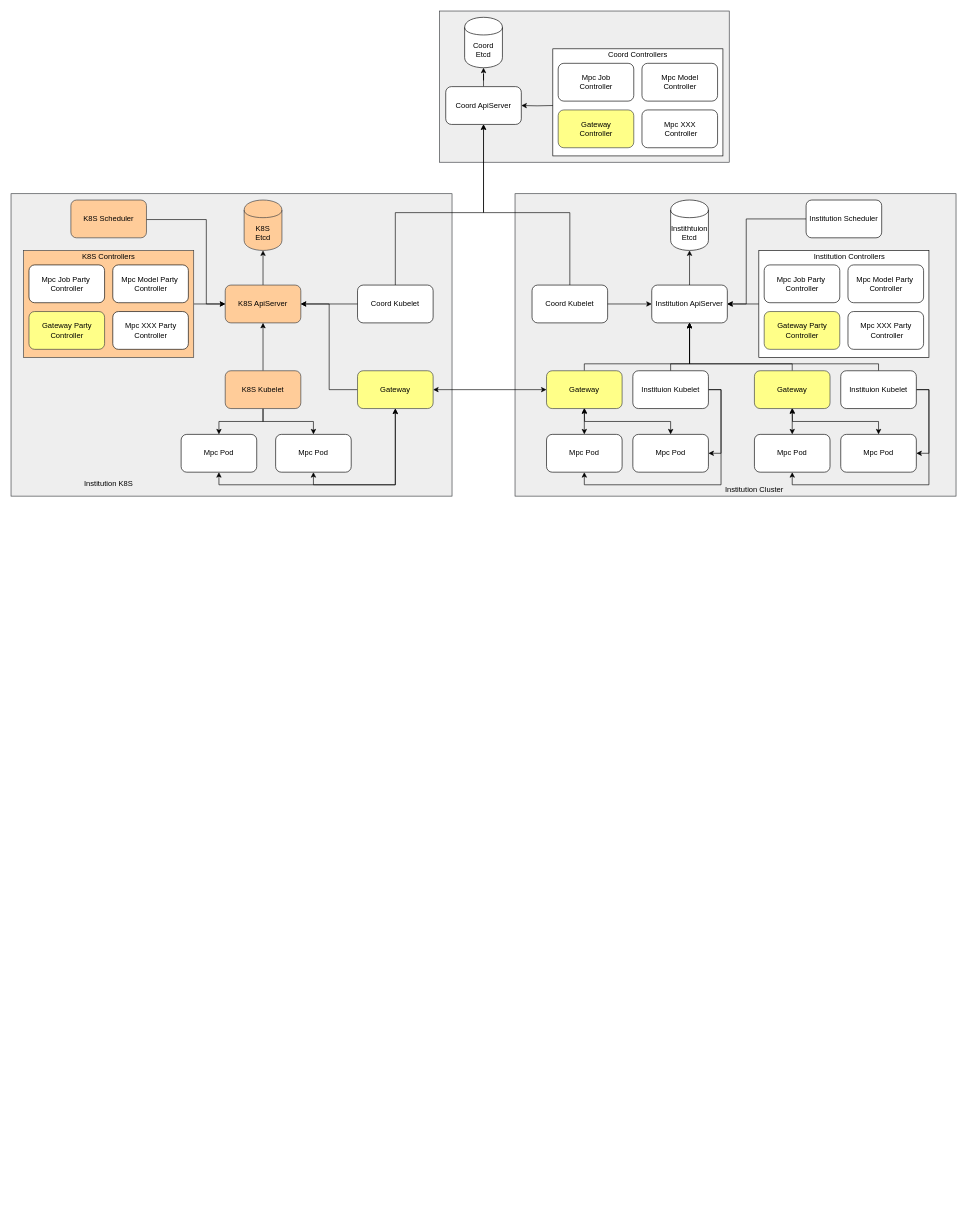
Earlier version of the draw.io diagram page "第 5 页" (6 of 6) of 未命名绘图.drawio (chlq1128/Mycode). Source tidied: cells renumbered, new cells numbered last; positions are measured from the earlier drawing's top-left corner, leaving out a move shared by most shapes. Both pictures are drawn from the tidied source at 63%, with x=0, y=0 at pixel (11, 11).
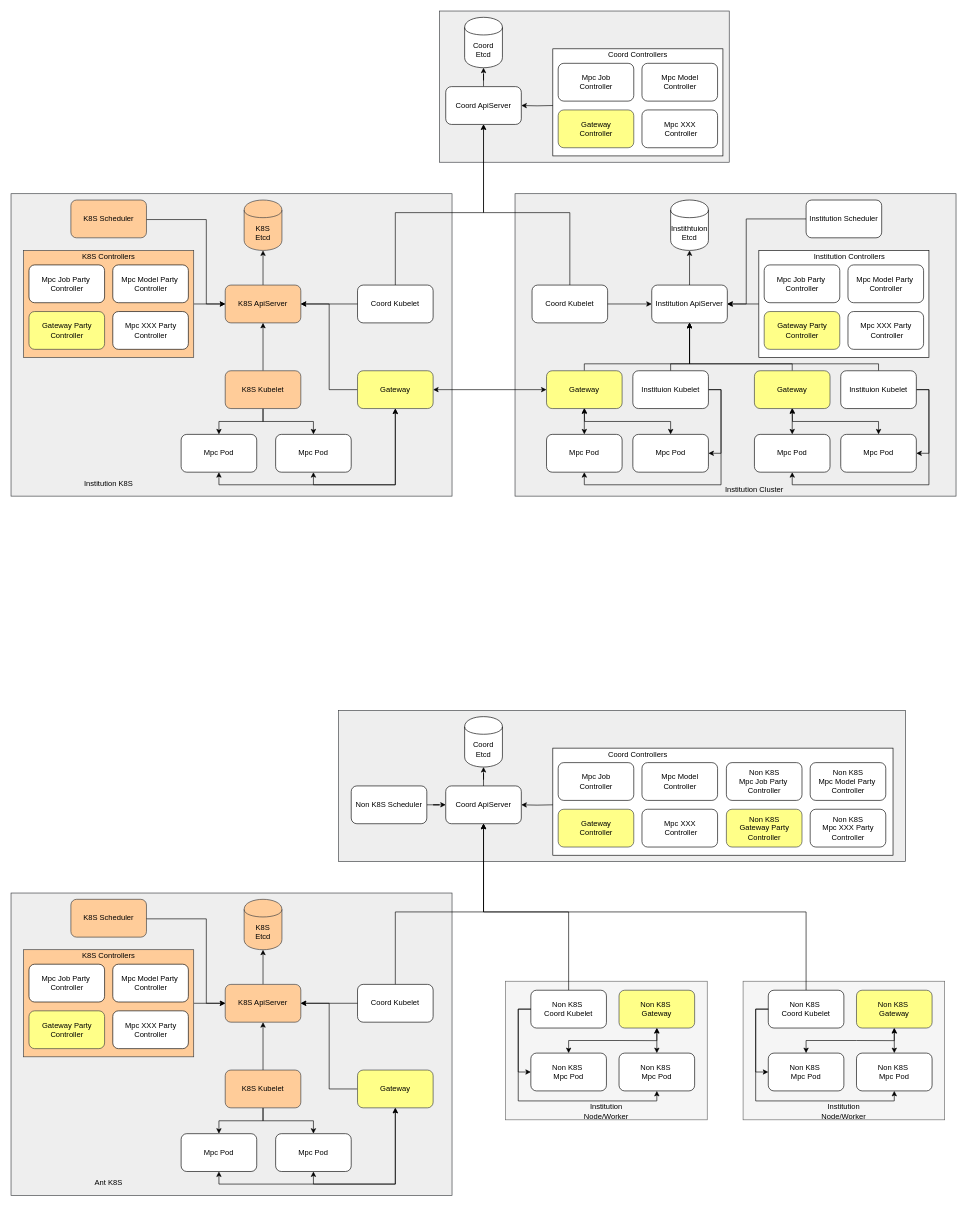
Above is the later version.

Diff of the diagram source:
```diff
@@
+    <mxCell id="78" style="rounded=0;whiteSpace=wrap;html=1;fillColor=#eeeeee;strokeColor=#36393d;" parent="1" vertex="1">
+      <mxGeometry y="1400" width="700" height="480" as="geometry" />
+    </mxCell>
+    <mxCell id="79" style="rounded=0;whiteSpace=wrap;html=1;fillColor=#eeeeee;strokeColor=#36393d;" parent="1" vertex="1">
+      <mxGeometry x="520" y="1110" width="900" height="240" as="geometry" />
+    </mxCell>
+    <mxCell id="80" style="rounded=0;whiteSpace=wrap;html=1;" parent="1" vertex="1">
+      <mxGeometry x="860" y="1170" width="540" height="170" as="geometry" />
+    </mxCell>
+    <mxCell id="81" style="edgeStyle=orthogonalEdgeStyle;rounded=0;jettySize=auto;html=1;" parent="1" edge="1" source="82" target="83">
+      <mxGeometry relative="1" as="geometry" />
+    </mxCell>
+    <mxCell id="82" value="Coord ApiServer" style="rounded=1;whiteSpace=wrap;html=1;" parent="1" vertex="1">
+      <mxGeometry x="690" y="1230" width="120" height="60" as="geometry" />
+    </mxCell>
+    <mxCell id="83" value="Coord&lt;br&gt;Etcd" style="shape=cylinder;whiteSpace=wrap;html=1;boundedLbl=1;backgroundOutline=1;" parent="1" vertex="1">
+      <mxGeometry x="720" y="1120" width="60" height="80" as="geometry" />
+    </mxCell>
+    <mxCell id="84" style="edgeStyle=orthogonalEdgeStyle;rounded=0;jettySize=auto;html=1;" parent="1" edge="1" target="82">
+      <mxGeometry relative="1" as="geometry">
+        <mxPoint x="860" y="1260" as="sourcePoint" />
+      </mxGeometry>
+    </mxCell>
+    <mxCell id="85" value="Mpc Job &lt;br&gt;Controller" style="rounded=1;whiteSpace=wrap;html=1;" parent="1" vertex="1">
+      <mxGeometry x="868.5" y="1193" width="120" height="60" as="geometry" />
+    </mxCell>
+    <mxCell id="86" value="Mpc Model &lt;br&gt;Controller" style="rounded=1;whiteSpace=wrap;html=1;" parent="1" vertex="1">
+      <mxGeometry x="1001.5" y="1193" width="120" height="60" as="geometry" />
+    </mxCell>
+    <mxCell id="87" value="Gateway &lt;br&gt;Controller" style="rounded=1;whiteSpace=wrap;html=1;fillColor=#ffff88;strokeColor=#36393d;" parent="1" vertex="1">
+      <mxGeometry x="868.5" y="1267" width="120" height="60" as="geometry" />
+    </mxCell>
+    <mxCell id="88" value="Mpc XXX&lt;br&gt;&amp;nbsp;Controller" style="rounded=1;whiteSpace=wrap;html=1;" parent="1" vertex="1">
+      <mxGeometry x="1001.5" y="1267" width="120" height="60" as="geometry" />
+    </mxCell>
+    <mxCell id="89" value="Coord Controllers" style="text;html=1;strokeColor=none;fillColor=none;align=center;verticalAlign=middle;whiteSpace=wrap;rounded=0;" parent="1" vertex="1">
+      <mxGeometry x="945" y="1170" width="100" height="20" as="geometry" />
+    </mxCell>
+    <mxCell id="90" style="edgeStyle=orthogonalEdgeStyle;rounded=0;jettySize=auto;html=1;exitX=0.5;exitY=0;exitDx=0;exitDy=0;entryX=0.5;entryY=1;entryDx=0;entryDy=0;startArrow=none;startFill=0;" parent="1" edge="1" source="91" target="82">
+      <mxGeometry relative="1" as="geometry">
+        <Array as="points">
+          <mxPoint x="610" y="1430" />
+          <mxPoint x="750" y="1430" />
+        </Array>
+      </mxGeometry>
+    </mxCell>
+    <mxCell id="91" value="Coord Kubelet" style="rounded=1;whiteSpace=wrap;html=1;" parent="1" vertex="1">
+      <mxGeometry x="550" y="1545" width="120" height="60" as="geometry" />
+    </mxCell>
+    <mxCell id="92" style="edgeStyle=orthogonalEdgeStyle;rounded=0;jettySize=auto;html=1;startArrow=none;startFill=0;" parent="1" edge="1" source="93" target="104">
+      <mxGeometry relative="1" as="geometry" />
+    </mxCell>
+    <mxCell id="93" value="K8S ApiServer" style="rounded=1;whiteSpace=wrap;html=1;fillColor=#ffcc99;strokeColor=#36393d;" parent="1" vertex="1">
+      <mxGeometry x="340" y="1545" width="120" height="60" as="geometry" />
+    </mxCell>
+    <mxCell id="94" style="edgeStyle=orthogonalEdgeStyle;rounded=0;jettySize=auto;html=1;startArrow=none;startFill=0;" parent="1" edge="1" source="91" target="93">
+      <mxGeometry relative="1" as="geometry" />
+    </mxCell>
+    <mxCell id="95" style="edgeStyle=orthogonalEdgeStyle;rounded=0;jettySize=auto;html=1;startArrow=none;startFill=0;" parent="1" edge="1" source="96" target="93">
+      <mxGeometry relative="1" as="geometry" />
+    </mxCell>
+    <mxCell id="96" style="rounded=0;whiteSpace=wrap;html=1;fillColor=#ffcc99;strokeColor=#36393d;" parent="1" vertex="1">
+      <mxGeometry x="20" y="1490" width="270" height="170" as="geometry" />
+    </mxCell>
+    <mxCell id="97" value="Mpc Job Party&amp;nbsp;&lt;br&gt;Controller" style="rounded=1;whiteSpace=wrap;html=1;" parent="1" vertex="1">
+      <mxGeometry x="28.5" y="1513" width="120" height="60" as="geometry" />
+    </mxCell>
+    <mxCell id="98" value="Mpc Model Party&amp;nbsp;&lt;br&gt;Controller" style="rounded=1;whiteSpace=wrap;html=1;" parent="1" vertex="1">
+      <mxGeometry x="161.5" y="1513" width="120" height="60" as="geometry" />
+    </mxCell>
+    <mxCell id="99" value="Gateway Party Controller" style="rounded=1;whiteSpace=wrap;html=1;fillColor=#ffff88;strokeColor=#36393d;" parent="1" vertex="1">
+      <mxGeometry x="28.5" y="1587" width="120" height="60" as="geometry" />
+    </mxCell>
+    <mxCell id="100" value="Mpc XXX Party&lt;br&gt;Controller" style="rounded=1;whiteSpace=wrap;html=1;" parent="1" vertex="1">
+      <mxGeometry x="161.5" y="1587" width="120" height="60" as="geometry" />
+    </mxCell>
+    <mxCell id="101" value="K8S Controllers" style="text;html=1;strokeColor=none;fillColor=none;align=center;verticalAlign=middle;whiteSpace=wrap;rounded=0;" parent="1" vertex="1">
+      <mxGeometry x="105" y="1490" width="100" height="20" as="geometry" />
+    </mxCell>
+    <mxCell id="102" style="edgeStyle=orthogonalEdgeStyle;rounded=0;jettySize=auto;html=1;exitX=1;exitY=0.5;exitDx=0;exitDy=0;startArrow=none;startFill=0;" parent="1" edge="1" source="103" target="93">
+      <mxGeometry relative="1" as="geometry">
+        <Array as="points">
+          <mxPoint x="310" y="1441" />
+          <mxPoint x="310" y="1575" />
+        </Array>
+      </mxGeometry>
+    </mxCell>
+    <mxCell id="103" value="K8S Scheduler" style="rounded=1;whiteSpace=wrap;html=1;fillColor=#ffcc99;strokeColor=#36393d;" parent="1" vertex="1">
+      <mxGeometry x="95" y="1410" width="120" height="60" as="geometry" />
+    </mxCell>
+    <mxCell id="104" value="K8S&lt;br&gt;Etcd" style="shape=cylinder;whiteSpace=wrap;html=1;boundedLbl=1;backgroundOutline=1;fillColor=#ffcc99;strokeColor=#36393d;" parent="1" vertex="1">
+      <mxGeometry x="370" y="1410" width="60" height="80" as="geometry" />
+    </mxCell>
+    <mxCell id="105" style="edgeStyle=orthogonalEdgeStyle;rounded=0;jettySize=auto;html=1;startArrow=none;startFill=0;" parent="1" edge="1" source="108" target="93">
+      <mxGeometry relative="1" as="geometry" />
+    </mxCell>
+    <mxCell id="106" style="edgeStyle=orthogonalEdgeStyle;rounded=0;jettySize=auto;html=1;exitX=0.5;exitY=1;exitDx=0;exitDy=0;entryX=0.5;entryY=0;entryDx=0;entryDy=0;startArrow=none;startFill=0;" parent="1" edge="1" source="108" target="112">
+      <mxGeometry relative="1" as="geometry" />
+    </mxCell>
+    <mxCell id="107" style="edgeStyle=orthogonalEdgeStyle;rounded=0;jettySize=auto;html=1;exitX=0.5;exitY=1;exitDx=0;exitDy=0;entryX=0.5;entryY=0;entryDx=0;entryDy=0;startArrow=none;startFill=0;" parent="1" edge="1" source="108" target="110">
+      <mxGeometry relative="1" as="geometry" />
+    </mxCell>
+    <mxCell id="108" value="K8S Kubelet" style="rounded=1;whiteSpace=wrap;html=1;fillColor=#ffcc99;strokeColor=#36393d;" parent="1" vertex="1">
+      <mxGeometry x="340" y="1681" width="120" height="60" as="geometry" />
+    </mxCell>
+    <mxCell id="109" style="edgeStyle=orthogonalEdgeStyle;rounded=0;jettySize=auto;html=1;exitX=0.5;exitY=1;exitDx=0;exitDy=0;startArrow=classic;startFill=1;entryX=0.5;entryY=1;entryDx=0;entryDy=0;" parent="1" edge="1" source="110" target="114">
+      <mxGeometry relative="1" as="geometry" />
+    </mxCell>
+    <mxCell id="110" value="Mpc Pod" style="rounded=1;whiteSpace=wrap;html=1;" parent="1" vertex="1">
+      <mxGeometry x="270" y="1782" width="120" height="60" as="geometry" />
+    </mxCell>
+    <mxCell id="111" style="edgeStyle=orthogonalEdgeStyle;rounded=0;jettySize=auto;html=1;exitX=0.5;exitY=1;exitDx=0;exitDy=0;startArrow=classic;startFill=1;" parent="1" edge="1" source="112" target="114">
+      <mxGeometry relative="1" as="geometry" />
+    </mxCell>
+    <mxCell id="112" value="Mpc Pod" style="rounded=1;whiteSpace=wrap;html=1;" parent="1" vertex="1">
+      <mxGeometry x="420" y="1782" width="120" height="60" as="geometry" />
+    </mxCell>
+    <mxCell id="113" style="edgeStyle=orthogonalEdgeStyle;rounded=0;jettySize=auto;html=1;exitX=0;exitY=0.5;exitDx=0;exitDy=0;entryX=1;entryY=0.5;entryDx=0;entryDy=0;startArrow=none;startFill=0;" parent="1" edge="1" source="114" target="93">
+      <mxGeometry relative="1" as="geometry" />
+    </mxCell>
+    <mxCell id="114" value="Gateway" style="rounded=1;whiteSpace=wrap;html=1;fillColor=#ffff88;strokeColor=#36393d;" parent="1" vertex="1">
+      <mxGeometry x="550" y="1681" width="120" height="60" as="geometry" />
+    </mxCell>
+    <mxCell id="115" value="Ant K8S" style="text;html=1;strokeColor=none;fillColor=none;align=center;verticalAlign=middle;whiteSpace=wrap;rounded=0;" parent="1" vertex="1">
+      <mxGeometry x="80" y="1850" width="150" height="20" as="geometry" />
+    </mxCell>
+    <mxCell id="116" style="rounded=0;whiteSpace=wrap;html=1;fillColor=#f5f5f5;strokeColor=#666666;fontColor=#333333;" parent="1" vertex="1">
+      <mxGeometry x="785.1" y="1540" width="320" height="220" as="geometry" />
+    </mxCell>
+    <mxCell id="117" style="edgeStyle=orthogonalEdgeStyle;rounded=0;jettySize=auto;html=1;exitX=0.5;exitY=0;exitDx=0;exitDy=0;entryX=0.5;entryY=1;entryDx=0;entryDy=0;startArrow=none;startFill=0;" parent="1" edge="1" source="118" target="82">
+      <mxGeometry relative="1" as="geometry">
+        <Array as="points">
+          <mxPoint x="885" y="1430" />
+          <mxPoint x="750" y="1430" />
+        </Array>
+      </mxGeometry>
+    </mxCell>
+    <mxCell id="118" value="Non K8S&amp;nbsp;&lt;br&gt;Coord Kubelet" style="rounded=1;whiteSpace=wrap;html=1;" parent="1" vertex="1">
+      <mxGeometry x="825.1" y="1554.3" width="120" height="60" as="geometry" />
+    </mxCell>
+    <mxCell id="119" value="Non K8S&amp;nbsp;&lt;br&gt;Gateway" style="rounded=1;whiteSpace=wrap;html=1;fillColor=#ffff88;strokeColor=#36393d;" parent="1" vertex="1">
+      <mxGeometry x="965.1" y="1554.3" width="120" height="60" as="geometry" />
+    </mxCell>
+    <mxCell id="120" style="edgeStyle=orthogonalEdgeStyle;rounded=0;jettySize=auto;html=1;exitX=0.5;exitY=0;exitDx=0;exitDy=0;entryX=0.5;entryY=1;entryDx=0;entryDy=0;startArrow=classic;startFill=1;" parent="1" edge="1" source="121" target="119">
+      <mxGeometry relative="1" as="geometry" />
+    </mxCell>
+    <mxCell id="121" value="Non K8S&amp;nbsp;&lt;br&gt;Mpc Pod" style="rounded=1;whiteSpace=wrap;html=1;" parent="1" vertex="1">
+      <mxGeometry x="825.1" y="1654.1" width="120" height="60" as="geometry" />
+    </mxCell>
+    <mxCell id="122" style="edgeStyle=orthogonalEdgeStyle;rounded=0;jettySize=auto;html=1;exitX=0;exitY=0.5;exitDx=0;exitDy=0;entryX=0;entryY=0.5;entryDx=0;entryDy=0;" parent="1" edge="1" source="118" target="121">
+      <mxGeometry relative="1" as="geometry" />
+    </mxCell>
+    <mxCell id="123" style="edgeStyle=orthogonalEdgeStyle;rounded=0;jettySize=auto;html=1;exitX=0.5;exitY=0;exitDx=0;exitDy=0;entryX=0.5;entryY=1;entryDx=0;entryDy=0;startArrow=classic;startFill=1;" parent="1" edge="1" source="124" target="119">
+      <mxGeometry relative="1" as="geometry" />
+    </mxCell>
+    <mxCell id="124" value="Non K8S&amp;nbsp;&lt;br&gt;Mpc Pod" style="rounded=1;whiteSpace=wrap;html=1;" parent="1" vertex="1">
+      <mxGeometry x="965.1" y="1654.1" width="120" height="60" as="geometry" />
+    </mxCell>
+    <mxCell id="125" style="edgeStyle=orthogonalEdgeStyle;rounded=0;jettySize=auto;html=1;exitX=0;exitY=0.5;exitDx=0;exitDy=0;entryX=0.5;entryY=1;entryDx=0;entryDy=0;" parent="1" edge="1" source="118" target="124">
+      <mxGeometry relative="1" as="geometry">
+        <Array as="points">
+          <mxPoint x="805.1" y="1584" />
+          <mxPoint x="805.1" y="1730" />
+          <mxPoint x="1025.1" y="1730" />
+        </Array>
+      </mxGeometry>
+    </mxCell>
+    <mxCell id="126" value="Institution Node/Worker" style="text;html=1;strokeColor=none;fillColor=none;align=center;verticalAlign=middle;whiteSpace=wrap;rounded=0;" parent="1" vertex="1">
+      <mxGeometry x="885.1" y="1737" width="120" height="20" as="geometry" />
+    </mxCell>
+    <mxCell id="127" style="rounded=0;whiteSpace=wrap;html=1;fillColor=#f5f5f5;strokeColor=#666666;fontColor=#333333;" parent="1" vertex="1">
+      <mxGeometry x="1162" y="1540" width="320" height="220" as="geometry" />
+    </mxCell>
+    <mxCell id="128" style="edgeStyle=orthogonalEdgeStyle;rounded=0;jettySize=auto;html=1;exitX=0.5;exitY=0;exitDx=0;exitDy=0;entryX=0.5;entryY=1;entryDx=0;entryDy=0;startArrow=none;startFill=0;" parent="1" edge="1" source="129" target="82">
+      <mxGeometry relative="1" as="geometry">
+        <Array as="points">
+          <mxPoint x="1262" y="1430" />
+          <mxPoint x="750" y="1430" />
+        </Array>
+      </mxGeometry>
+    </mxCell>
+    <mxCell id="129" value="Non K8S&amp;nbsp;&lt;br&gt;Coord Kubelet" style="rounded=1;whiteSpace=wrap;html=1;" parent="1" vertex="1">
+      <mxGeometry x="1202" y="1554.3" width="120" height="60" as="geometry" />
+    </mxCell>
+    <mxCell id="130" value="Non K8S&amp;nbsp;&lt;br&gt;Gateway" style="rounded=1;whiteSpace=wrap;html=1;fillColor=#ffff88;strokeColor=#36393d;" parent="1" vertex="1">
+      <mxGeometry x="1342" y="1554.3" width="120" height="60" as="geometry" />
+    </mxCell>
+    <mxCell id="131" style="edgeStyle=orthogonalEdgeStyle;rounded=0;jettySize=auto;html=1;exitX=0.5;exitY=0;exitDx=0;exitDy=0;entryX=0.5;entryY=1;entryDx=0;entryDy=0;startArrow=classic;startFill=1;" parent="1" edge="1" source="132" target="130">
+      <mxGeometry relative="1" as="geometry" />
+    </mxCell>
+    <mxCell id="132" value="Non K8S&amp;nbsp;&lt;br&gt;Mpc Pod" style="rounded=1;whiteSpace=wrap;html=1;" parent="1" vertex="1">
+      <mxGeometry x="1202" y="1654.1" width="120" height="60" as="geometry" />
+    </mxCell>
+    <mxCell id="133" style="edgeStyle=orthogonalEdgeStyle;rounded=0;jettySize=auto;html=1;exitX=0;exitY=0.5;exitDx=0;exitDy=0;entryX=0;entryY=0.5;entryDx=0;entryDy=0;" parent="1" edge="1" source="129" target="132">
+      <mxGeometry relative="1" as="geometry" />
+    </mxCell>
+    <mxCell id="134" style="edgeStyle=orthogonalEdgeStyle;rounded=0;jettySize=auto;html=1;exitX=0.5;exitY=0;exitDx=0;exitDy=0;entryX=0.5;entryY=1;entryDx=0;entryDy=0;startArrow=classic;startFill=1;" parent="1" edge="1" source="135" target="130">
+      <mxGeometry relative="1" as="geometry" />
+    </mxCell>
+    <mxCell id="135" value="Non K8S&amp;nbsp;&lt;br&gt;Mpc Pod" style="rounded=1;whiteSpace=wrap;html=1;" parent="1" vertex="1">
+      <mxGeometry x="1342" y="1654.1" width="120" height="60" as="geometry" />
+    </mxCell>
+    <mxCell id="136" style="edgeStyle=orthogonalEdgeStyle;rounded=0;jettySize=auto;html=1;exitX=0;exitY=0.5;exitDx=0;exitDy=0;entryX=0.5;entryY=1;entryDx=0;entryDy=0;" parent="1" edge="1" source="129" target="135">
+      <mxGeometry relative="1" as="geometry">
+        <Array as="points">
+          <mxPoint x="1182" y="1584" />
+          <mxPoint x="1182" y="1730" />
+          <mxPoint x="1402" y="1730" />
+        </Array>
+      </mxGeometry>
+    </mxCell>
+    <mxCell id="137" value="Institution Node/Worker" style="text;html=1;strokeColor=none;fillColor=none;align=center;verticalAlign=middle;whiteSpace=wrap;rounded=0;" parent="1" vertex="1">
+      <mxGeometry x="1262" y="1737" width="120" height="20" as="geometry" />
+    </mxCell>
+    <mxCell id="138" style="edgeStyle=orthogonalEdgeStyle;rounded=0;jettySize=auto;html=1;startArrow=none;startFill=0;" parent="1" edge="1" source="139" target="82">
+      <mxGeometry relative="1" as="geometry" />
+    </mxCell>
+    <mxCell id="139" value="Non K8S Scheduler" style="rounded=1;whiteSpace=wrap;html=1;" parent="1" vertex="1">
+      <mxGeometry x="540" y="1230" width="120" height="60" as="geometry" />
+    </mxCell>
+    <mxCell id="140" value="Non K8S&lt;br&gt;Mpc Job Party&amp;nbsp;&lt;br&gt;Controller" style="rounded=1;whiteSpace=wrap;html=1;" parent="1" vertex="1">
+      <mxGeometry x="1135.5" y="1193" width="120" height="60" as="geometry" />
+    </mxCell>
+    <mxCell id="141" value="Non K8S&lt;br&gt;Mpc Model Party&amp;nbsp;&lt;br&gt;Controller" style="rounded=1;whiteSpace=wrap;html=1;" parent="1" vertex="1">
+      <mxGeometry x="1268.5" y="1193" width="120" height="60" as="geometry" />
+    </mxCell>
+    <mxCell id="142" value="Non K8S&lt;br&gt;Gateway Party Controller" style="rounded=1;whiteSpace=wrap;html=1;fillColor=#ffff88;strokeColor=#36393d;" parent="1" vertex="1">
+      <mxGeometry x="1135.5" y="1267" width="120" height="60" as="geometry" />
+    </mxCell>
+    <mxCell id="143" value="Non K8S&lt;br&gt;Mpc XXX Party&lt;br&gt;Controller" style="rounded=1;whiteSpace=wrap;html=1;" parent="1" vertex="1">
+      <mxGeometry x="1268.5" y="1267" width="120" height="60" as="geometry" />
+    </mxCell>
```
